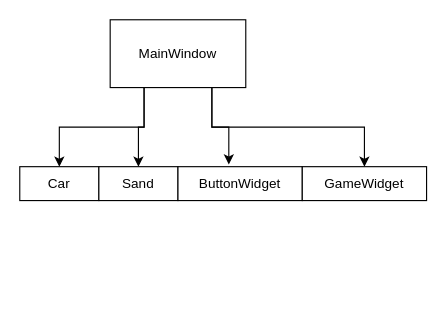
ryanchurchill/self_driving_car_python keeps this draw.io diagram as dependency_graph.drawio. Above is the earlier version. Source tidied: cells renumbered, new cells numbered last; positions are measured from the earlier drawing's top-left corner, leaving out a move shared by most shapes. Both pictures are drawn from the tidied source at 113%, with x=0, y=0 at pixel (19, 19).
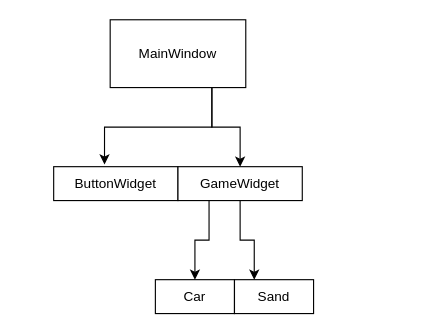
The same page after the edit.

Change to the diagram source:
```diff
@@
 <mxGraphModel>
   <root>
     <mxCell id="0" />
     <mxCell id="1" parent="0" />
-    <mxCell id="2" style="edgeStyle=orthogonalEdgeStyle;rounded=0;jettySize=auto;html=1;exitX=0.25;exitY=1;exitDx=0;exitDy=0;entryX=0.5;entryY=0;entryDx=0;entryDy=0;" parent="1" edge="1" source="6" target="7">
-      <mxGeometry relative="1" as="geometry" />
-    </mxCell>
-    <mxCell id="3" style="edgeStyle=orthogonalEdgeStyle;rounded=0;jettySize=auto;html=1;exitX=0.25;exitY=1;exitDx=0;exitDy=0;entryX=0.5;entryY=0;entryDx=0;entryDy=0;" parent="1" edge="1" source="6" target="8">
-      <mxGeometry relative="1" as="geometry" />
-    </mxCell>
     <mxCell id="4" style="edgeStyle=orthogonalEdgeStyle;rounded=0;jettySize=auto;html=1;exitX=0.75;exitY=1;exitDx=0;exitDy=0;entryX=0.409;entryY=-0.067;entryDx=0;entryDy=0;entryPerimeter=0;" parent="1" edge="1" source="6" target="9">
       <mxGeometry relative="1" as="geometry" />
     </mxCell>
     <mxCell id="5" style="edgeStyle=orthogonalEdgeStyle;rounded=0;jettySize=auto;html=1;exitX=0.75;exitY=1;exitDx=0;exitDy=0;" parent="1" edge="1" source="6" target="10">
       <mxGeometry relative="1" as="geometry" />
     </mxCell>
     <mxCell id="6" value="MainWindow" style="rounded=0;whiteSpace=wrap;html=1;" parent="1" vertex="1">
       <mxGeometry x="80" width="120" height="60" as="geometry" />
     </mxCell>
     <mxCell id="7" value="Car" style="rounded=0;whiteSpace=wrap;html=1;" parent="1" vertex="1">
-      <mxGeometry y="130" width="70" height="30" as="geometry" />
+      <mxGeometry x="120" y="230" width="70" height="30" as="geometry" />
     </mxCell>
     <mxCell id="8" value="Sand" style="rounded=0;whiteSpace=wrap;html=1;" parent="1" vertex="1">
-      <mxGeometry x="70" y="130" width="70" height="30" as="geometry" />
+      <mxGeometry x="190" y="230" width="70" height="30" as="geometry" />
     </mxCell>
     <mxCell id="9" value="ButtonWidget" style="rounded=0;whiteSpace=wrap;html=1;" parent="1" vertex="1">
-      <mxGeometry x="140" y="130" width="110" height="30" as="geometry" />
+      <mxGeometry x="30" y="130" width="110" height="30" as="geometry" />
     </mxCell>
+    <mxCell id="11" style="edgeStyle=orthogonalEdgeStyle;rounded=0;jettySize=auto;html=1;exitX=0.25;exitY=1;exitDx=0;exitDy=0;" parent="1" edge="1" source="10" target="7">
+      <mxGeometry relative="1" as="geometry" />
+    </mxCell>
+    <mxCell id="12" style="edgeStyle=orthogonalEdgeStyle;rounded=0;jettySize=auto;html=1;entryX=0.25;entryY=0;entryDx=0;entryDy=0;" parent="1" edge="1" source="10" target="8">
+      <mxGeometry relative="1" as="geometry" />
+    </mxCell>
     <mxCell id="10" value="GameWidget" style="rounded=0;whiteSpace=wrap;html=1;" parent="1" vertex="1">
-      <mxGeometry x="250" y="130" width="110" height="30" as="geometry" />
+      <mxGeometry x="140" y="130" width="110" height="30" as="geometry" />
     </mxCell>
   </root>
 </mxGraphModel>
```
